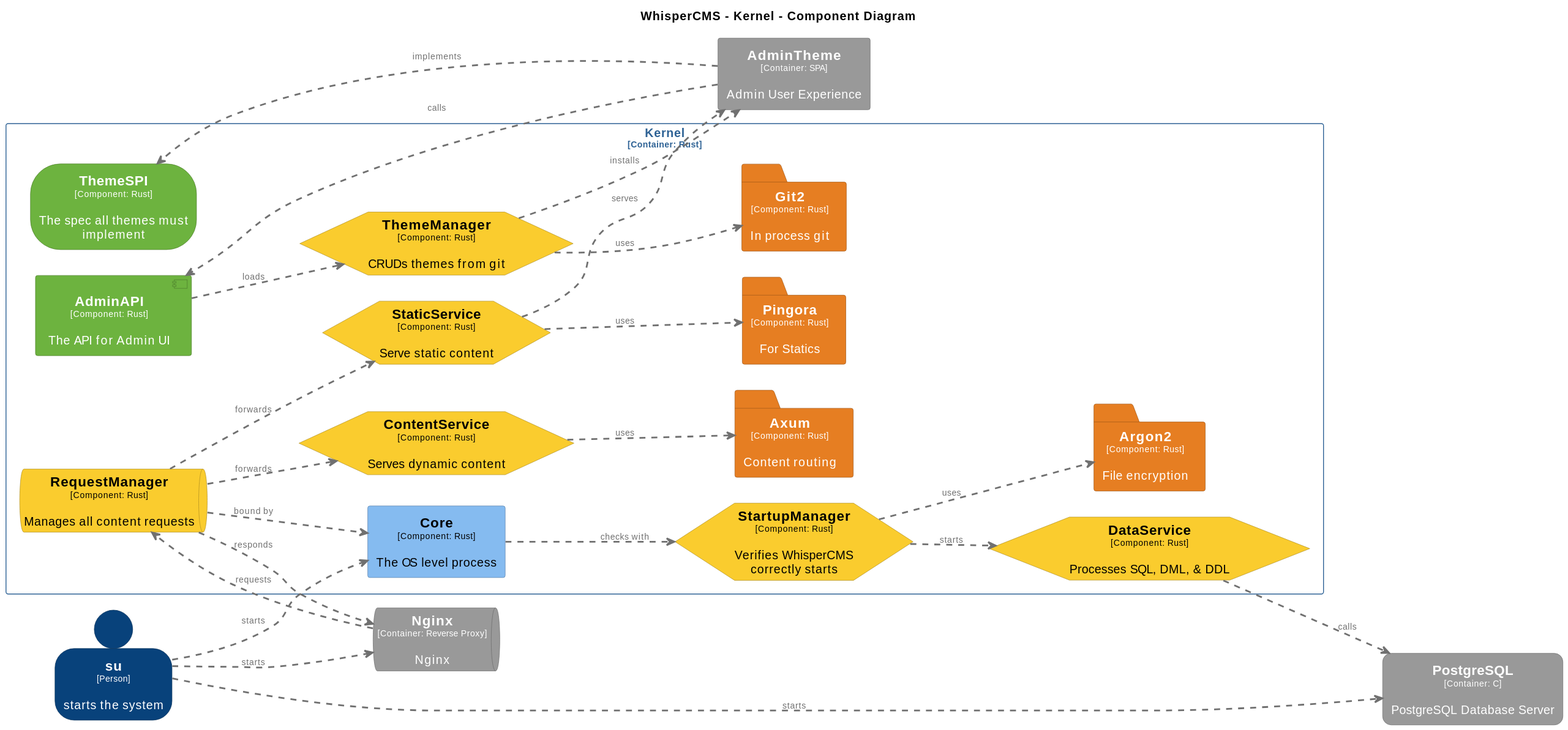
Earlier version of the PlantUML export docs/diagrams/structurizr-WhisperCMS-Component-Kernel.svg (CoderByBlood/whisper-cms).
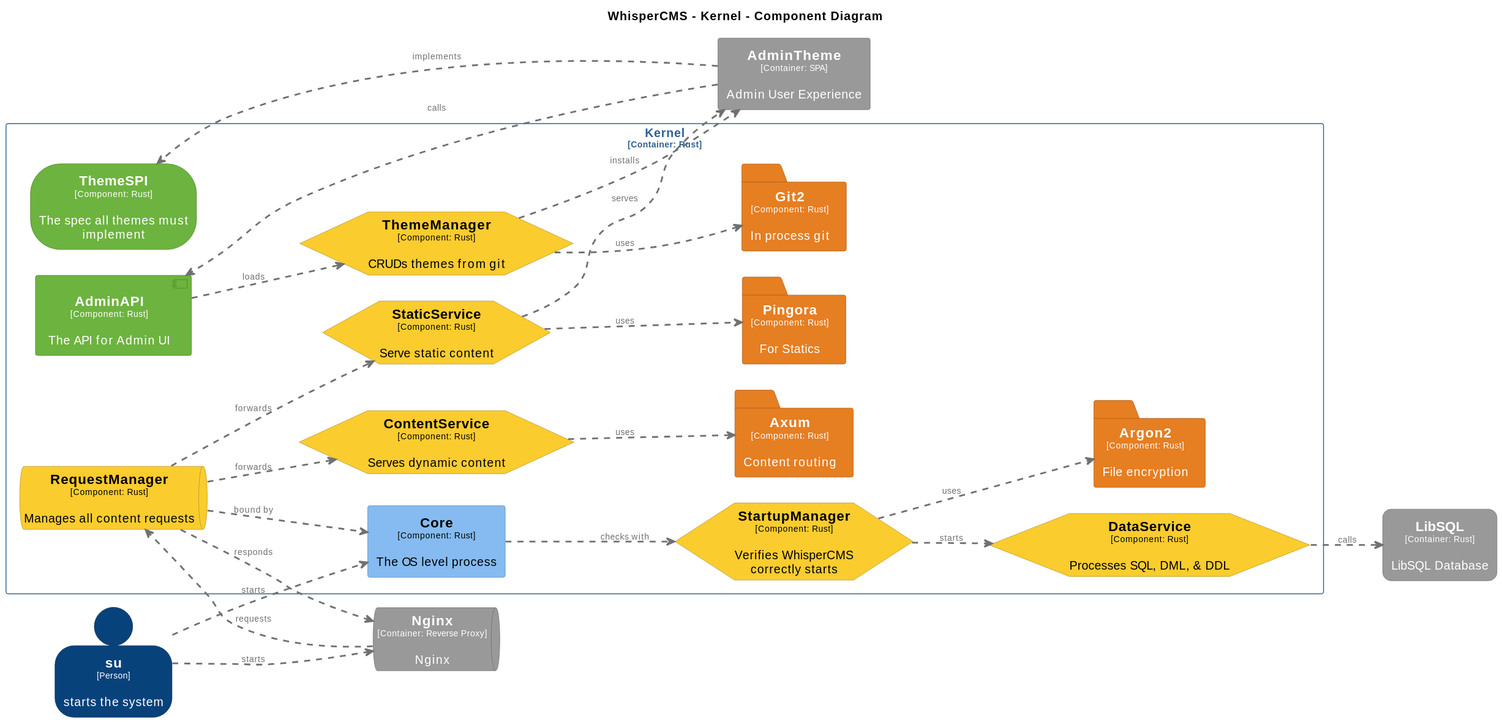
After the commit.

Change to the diagram source:
```diff
@@ -63,6 +63,13 @@
   BorderColor #a15817
   shadowing false
 }
+skinparam rectangle<<WhisperCMS.LibSQL>> {
+  BackgroundColor #999999
+  FontColor #ffffff
+  BorderColor #6b6b6b
+  roundCorner 20
+  shadowing false
+}
 skinparam queue<<WhisperCMS.Nginx>> {
   BackgroundColor #999999
   FontColor #ffffff
@@ -73,13 +80,6 @@
   BackgroundColor #e67e22
   FontColor #ffffff
   BorderColor #a15817
-  shadowing false
-}
-skinparam rectangle<<WhisperCMS.PostgreSQL>> {
-  BackgroundColor #999999
-  FontColor #ffffff
-  BorderColor #6b6b6b
-  roundCorner 20
   shadowing false
 }
 skinparam queue<<WhisperCMS.Kernel.RequestManager>> {
@@ -127,7 +127,7 @@
 person "==su\n<size:10>[Person]</size>\n\nstarts the system" <<su>> as su
 rectangle "==AdminTheme\n<size:10>[Container: SPA]</size>\n\nAdmin User Experience" <<WhisperCMS.AdminTheme>> as WhisperCMS.AdminTheme
 queue "==Nginx\n<size:10>[Container: Reverse Proxy]</size>\n\nNginx" <<WhisperCMS.Nginx>> as WhisperCMS.Nginx
-rectangle "==PostgreSQL\n<size:10>[Container: C]</size>\n\nPostgreSQL Database Server" <<WhisperCMS.PostgreSQL>> as WhisperCMS.PostgreSQL
+rectangle "==LibSQL\n<size:10>[Container: Rust]</size>\n\nLibSQL Database" <<WhisperCMS.LibSQL>> as WhisperCMS.LibSQL
 
 rectangle "Kernel\n<size:10>[Container: Rust]</size>" <<WhisperCMS.Kernel>> {
   hexagon "==DataService\n<size:10>[Component: Rust]</size>\n\nProcesses SQL, DML, & DDL" <<WhisperCMS.Kernel.DataService>> as WhisperCMS.Kernel.DataService
@@ -163,6 +163,5 @@
 su .[#707070,thickness=2].> WhisperCMS.Nginx : "<color:#707070>starts"
 WhisperCMS.Nginx .[#707070,thickness=2].> WhisperCMS.Kernel.RequestManager : "<color:#707070>requests"
 WhisperCMS.Kernel.RequestManager .[#707070,thickness=2].> WhisperCMS.Nginx : "<color:#707070>responds"
-su .[#707070,thickness=2].> WhisperCMS.PostgreSQL : "<color:#707070>starts"
-WhisperCMS.Kernel.DataService .[#707070,thickness=2].> WhisperCMS.PostgreSQL : "<color:#707070>calls"
+WhisperCMS.Kernel.DataService .[#707070,thickness=2].> WhisperCMS.LibSQL : "<color:#707070>calls"
 @enduml
```
